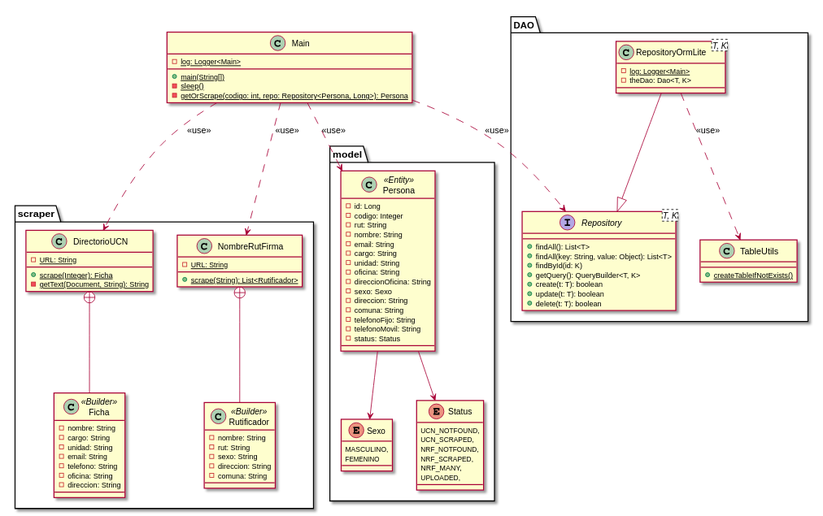
godiecl/parking keeps this PlantUML diagram as scraper/class.svg. Above is the earlier version.
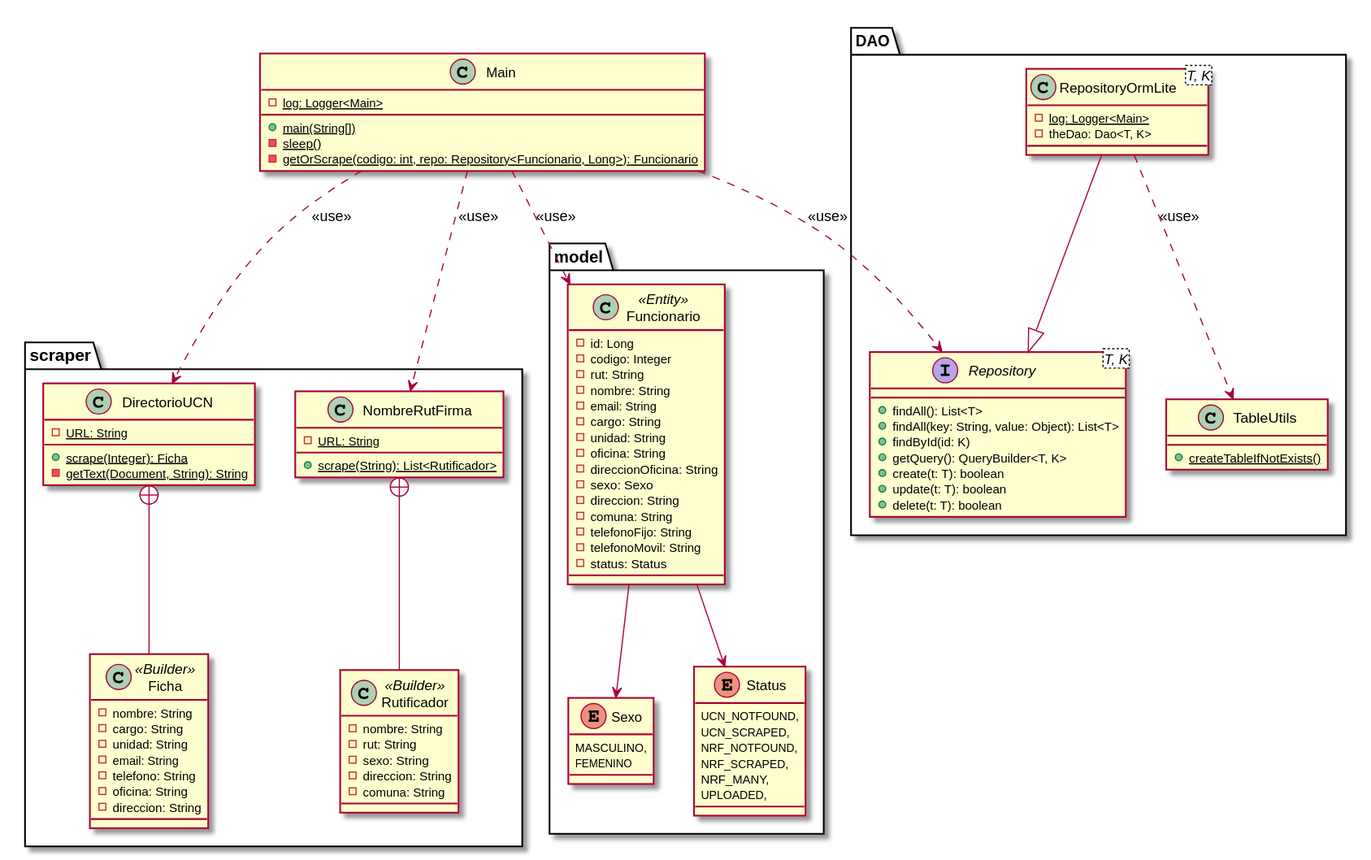
The same diagram one commit later.

What changed in the source:
```diff
@@ -4,7 +4,7 @@
     {static} - log: Logger<Main>
     {static} + main(String[])
     {static} - sleep()
-    {static} - getOrScrape(codigo: int, repo: Repository<Persona, Long>): Persona
+    {static} - getOrScrape(codigo: int, repo: Repository<Funcionario, Long>): Funcionario
 }
 
 package scraper {
@@ -42,7 +42,7 @@
 }
 
 package model {
-    class Persona <<Entity>> {
+    class Funcionario <<Entity>> {
         - id: Long
         - codigo: Integer
         - rut: String
@@ -74,8 +74,8 @@
         UPLOADED,
     }
 
-    Persona --> Sexo
-    Persona --> Status
+    Funcionario --> Sexo
+    Funcionario --> Status
 }
 
 package DAO {
@@ -104,7 +104,7 @@
 
 Main ..> DirectorioUCN: <<use>>
 Main ..> NombreRutFirma: <<use>>
-Main ..> Persona: <<use>>
+Main ..> Funcionario: <<use>>
 Main ..> Repository: <<use>>
 
 @enduml
```
